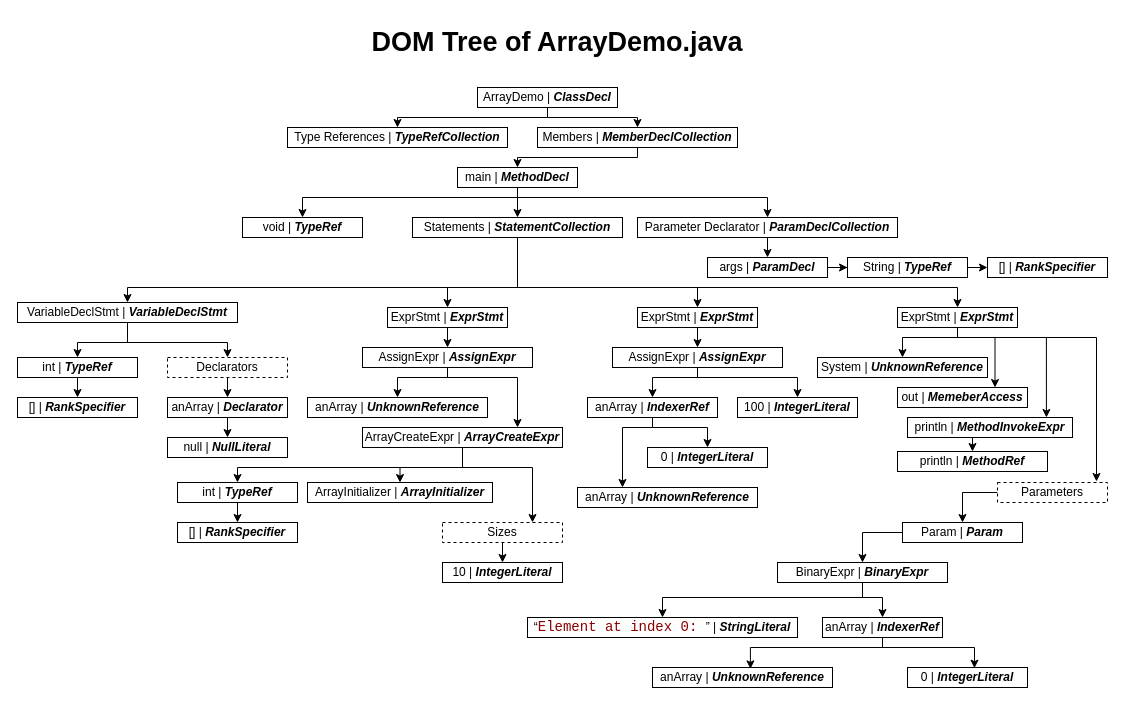
Above: page "Page-1" (1 of 2) of Java/ArrayDemo.java.drawio in checkmarx-ts/CxDOM-Types (draw.io), before the change. Source tidied: cells renumbered, new cells numbered last; positions are measured from the earlier drawing's top-left corner, leaving out a move shared by most shapes. Both pictures are drawn from the tidied source at 100%, with x=0, y=0 at pixel (17, 17).
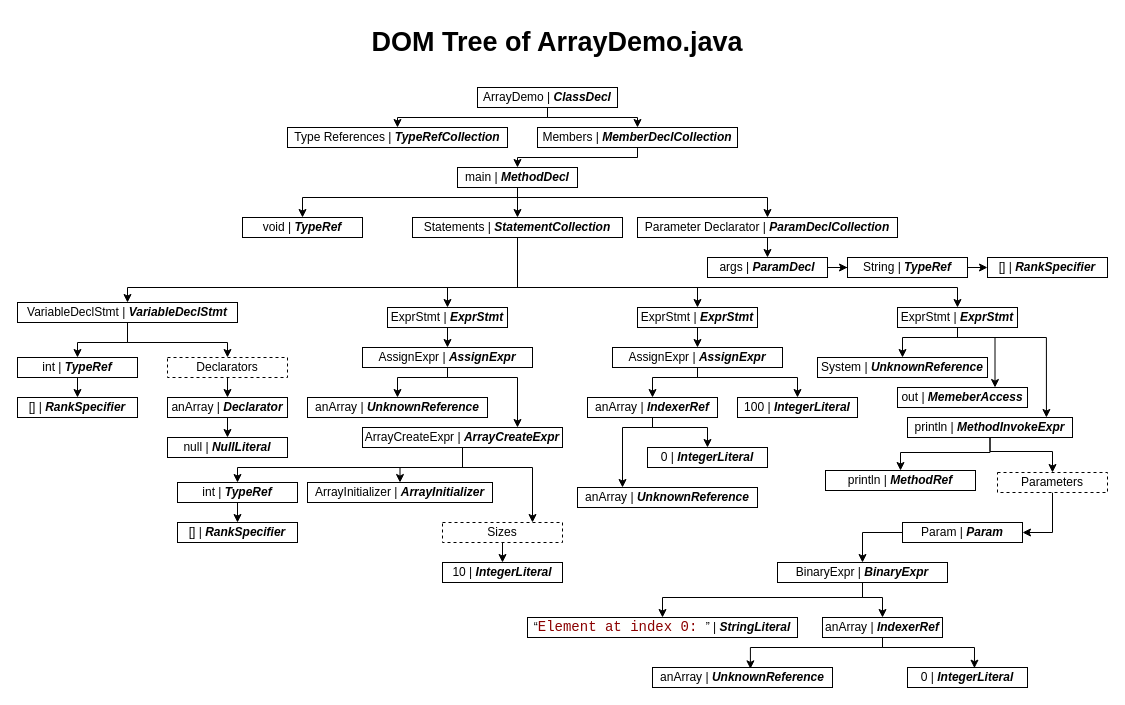
The same diagram, later.

Unchanged cells that the change refers to:
```xml
<mxCell id="28" value="ExprStmt | &lt;b&gt;&lt;i&gt;ExprStmt&lt;/i&gt;&lt;/b&gt;" style="rounded=0;whiteSpace=wrap;html=1;" parent="1" vertex="1">
  <mxGeometry x="880" y="290" width="120" height="20" as="geometry" />
</mxCell>
<mxCell id="61" value="println | &lt;b&gt;&lt;i&gt;MethodInvokeExpr&lt;/i&gt;&lt;/b&gt;" style="rounded=0;whiteSpace=wrap;html=1;" parent="1" vertex="1">
  <mxGeometry x="890" y="400" width="165" height="20" as="geometry" />
</mxCell>
<mxCell id="64" value="Param | &lt;b&gt;&lt;i&gt;Param&lt;/i&gt;&lt;/b&gt;" style="rounded=0;whiteSpace=wrap;html=1;" parent="1" vertex="1">
  <mxGeometry x="885" y="505" width="120" height="20" as="geometry" />
</mxCell>
```

What changed in the source:
```diff
@@
-    <mxCell id="27" style="edgeStyle=orthogonalEdgeStyle;rounded=0;jettySize=auto;html=1;exitX=0.5;exitY=1;exitDx=0;exitDy=0;entryX=0.9;entryY=-0.05;entryDx=0;entryDy=0;entryPerimeter=0;" parent="1" edge="1" source="28" target="88">
-      <mxGeometry relative="1" as="geometry">
-        <Array as="points">
-          <mxPoint x="940" y="320" />
-          <mxPoint x="1079" y="320" />
-        </Array>
-      </mxGeometry>
-    </mxCell>
@@
     <mxCell id="60" style="edgeStyle=orthogonalEdgeStyle;rounded=0;jettySize=auto;html=1;exitX=0.5;exitY=1;exitDx=0;exitDy=0;entryX=0.5;entryY=0;entryDx=0;entryDy=0;" parent="1" edge="1" source="61" target="62">
-      <mxGeometry relative="1" as="geometry" />
+      <mxGeometry relative="1" as="geometry">
+        <Array as="points">
+          <mxPoint x="973" y="435" />
+          <mxPoint x="883" y="435" />
+        </Array>
+      </mxGeometry>
     </mxCell>
+    <mxCell id="89" style="edgeStyle=orthogonalEdgeStyle;rounded=0;jettySize=auto;html=1;exitX=0.5;exitY=1;exitDx=0;exitDy=0;entryX=0.5;entryY=0;entryDx=0;entryDy=0;" parent="1" edge="1" source="61" target="88">
+      <mxGeometry relative="1" as="geometry">
+        <Array as="points">
+          <mxPoint x="973" y="434" />
+          <mxPoint x="1035" y="434" />
+        </Array>
+      </mxGeometry>
+    </mxCell>
@@
     <mxCell id="62" value="println | &lt;b&gt;&lt;i&gt;MethodRef&lt;/i&gt;&lt;/b&gt;" style="rounded=0;whiteSpace=wrap;html=1;" parent="1" vertex="1">
-      <mxGeometry x="880" y="434" width="150" height="20" as="geometry" />
+      <mxGeometry x="808" y="453" width="150" height="20" as="geometry" />
     </mxCell>
@@
-    <mxCell id="87" style="edgeStyle=orthogonalEdgeStyle;rounded=0;jettySize=auto;html=1;exitX=0;exitY=0.5;exitDx=0;exitDy=0;entryX=0.5;entryY=0;entryDx=0;entryDy=0;" parent="1" edge="1" source="88" target="64">
+    <mxCell id="87" style="edgeStyle=orthogonalEdgeStyle;rounded=0;jettySize=auto;html=1;exitX=0.5;exitY=1;exitDx=0;exitDy=0;entryX=1;entryY=0.5;entryDx=0;entryDy=0;" parent="1" edge="1" source="88" target="64">
       <mxGeometry relative="1" as="geometry" />
     </mxCell>
     <mxCell id="88" value="Parameters" style="rounded=0;whiteSpace=wrap;html=1;dashed=1;" parent="1" vertex="1">
-      <mxGeometry x="980" y="465" width="110" height="20" as="geometry" />
+      <mxGeometry x="980" y="455" width="110" height="20" as="geometry" />
     </mxCell>
```
